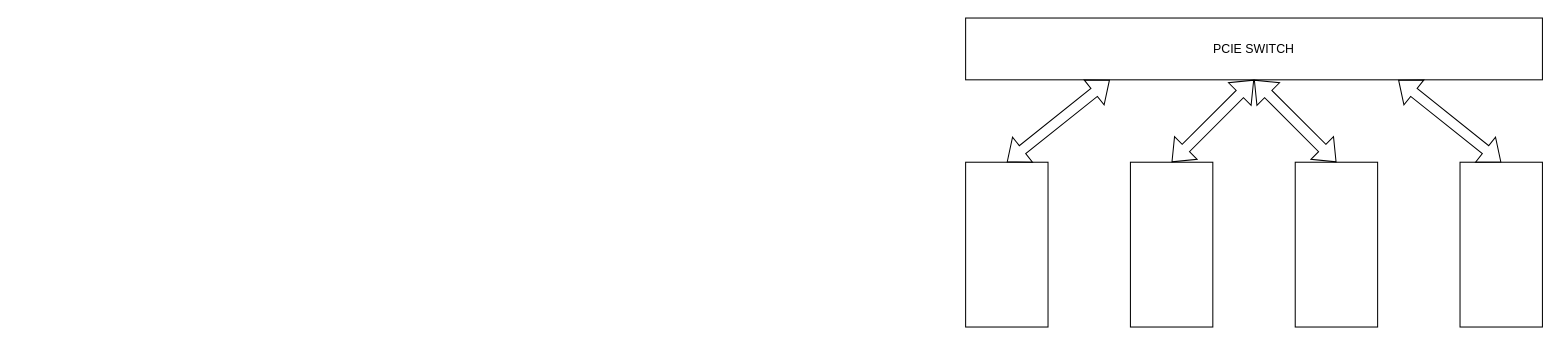
This is TCCL_DISPATCH_ALG/LLM_Distribution_Alg.drawio from BEYHHH/SBLP, a draw.io file, before an edit. Source tidied: cells renumbered, new cells numbered last; positions are measured from the earlier drawing's top-left corner, leaving out a move shared by most shapes. Both pictures are drawn from the tidied source at 103%, with x=0, y=0 at pixel (965, 18).
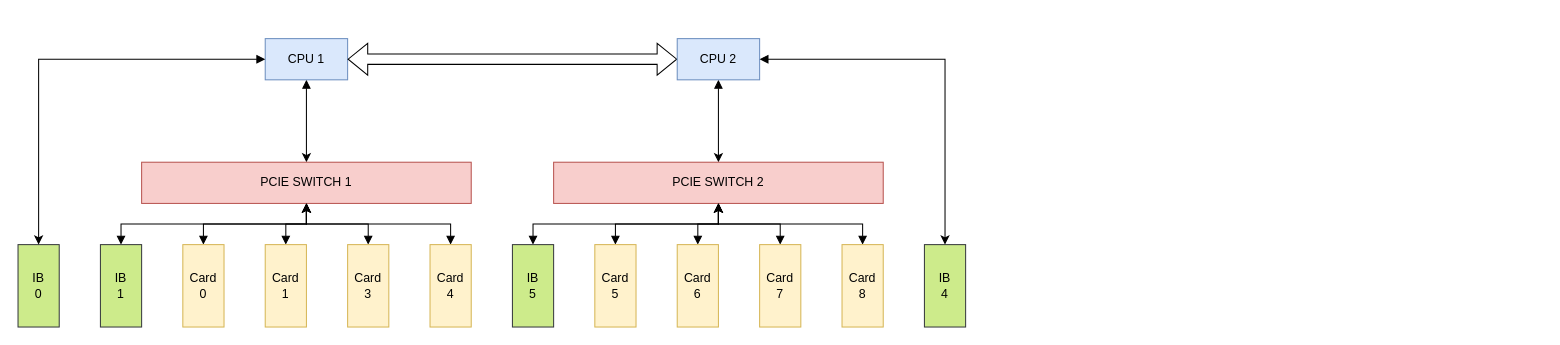
The same diagram, later.

What changed in the source:
```diff
@@
-    <mxCell id="2" style="rounded=0;whiteSpace=wrap;html=1;" parent="1" vertex="1">
-      <mxGeometry y="140" width="80" height="160" as="geometry" />
-    </mxCell>
-    <mxCell id="3" style="rounded=0;whiteSpace=wrap;html=1;" parent="1" vertex="1">
-      <mxGeometry x="160" y="140" width="80" height="160" as="geometry" />
-    </mxCell>
-    <mxCell id="4" style="rounded=0;whiteSpace=wrap;html=1;" parent="1" vertex="1">
-      <mxGeometry x="320" y="140" width="80" height="160" as="geometry" />
-    </mxCell>
-    <mxCell id="5" style="rounded=0;whiteSpace=wrap;html=1;" parent="1" vertex="1">
-      <mxGeometry x="480" y="140" width="80" height="160" as="geometry" />
-    </mxCell>
-    <mxCell id="6" value="PCIE SWITCH" style="rounded=0;whiteSpace=wrap;html=1;" parent="1" vertex="1">
-      <mxGeometry width="560" height="60" as="geometry" />
-    </mxCell>
-    <mxCell id="7" style="shape=flexArrow;endArrow=classic;startArrow=classic;html=1;rounded=0;exitX=0.5;exitY=0;exitDx=0;exitDy=0;entryX=0.25;entryY=1;entryDx=0;entryDy=0;" parent="1" edge="1" source="2" target="6">
-      <mxGeometry relative="1" as="geometry" />
-    </mxCell>
-    <mxCell id="8" style="shape=flexArrow;endArrow=classic;startArrow=classic;html=1;rounded=0;exitX=0.5;exitY=0;exitDx=0;exitDy=0;entryX=0.5;entryY=1;entryDx=0;entryDy=0;" parent="1" edge="1" source="3" target="6">
-      <mxGeometry relative="1" as="geometry" />
-    </mxCell>
-    <mxCell id="9" style="shape=flexArrow;endArrow=classic;startArrow=classic;html=1;rounded=0;exitX=0.5;exitY=0;exitDx=0;exitDy=0;entryX=0.5;entryY=1;entryDx=0;entryDy=0;" parent="1" edge="1" source="4" target="6">
-      <mxGeometry relative="1" as="geometry" />
-    </mxCell>
-    <mxCell id="10" style="shape=flexArrow;endArrow=classic;startArrow=classic;html=1;rounded=0;exitX=0.5;exitY=0;exitDx=0;exitDy=0;entryX=0.75;entryY=1;entryDx=0;entryDy=0;" parent="1" edge="1" source="5" target="6">
-      <mxGeometry relative="1" as="geometry" />
-    </mxCell>
+    <mxCell id="11" style="edgeStyle=orthogonalEdgeStyle;rounded=0;jettySize=auto;html=1;startArrow=block;startFill=1;" parent="1" edge="1" source="12" target="16">
+      <mxGeometry relative="1" as="geometry" />
+    </mxCell>
+    <mxCell id="12" value="CPU 1" style="rounded=0;whiteSpace=wrap;html=1;fillColor=#dae8fc;strokeColor=#6c8ebf;" parent="1" vertex="1">
+      <mxGeometry x="-680" y="20" width="80" height="40" as="geometry" />
+    </mxCell>
+    <mxCell id="13" style="edgeStyle=orthogonalEdgeStyle;rounded=0;jettySize=auto;html=1;shape=flexArrow;endArrow=block;startArrow=block;" parent="1" edge="1" source="15" target="12">
+      <mxGeometry relative="1" as="geometry" />
+    </mxCell>
+    <mxCell id="14" style="edgeStyle=orthogonalEdgeStyle;rounded=0;jettySize=auto;html=1;startArrow=block;startFill=1;" parent="1" edge="1" source="15" target="17">
+      <mxGeometry relative="1" as="geometry" />
+    </mxCell>
+    <mxCell id="15" value="CPU 2" style="rounded=0;whiteSpace=wrap;html=1;fillColor=#dae8fc;strokeColor=#6c8ebf;" parent="1" vertex="1">
+      <mxGeometry x="-280" y="20" width="80" height="40" as="geometry" />
+    </mxCell>
+    <mxCell id="16" value="PCIE SWITCH 1" style="rounded=0;whiteSpace=wrap;html=1;fillColor=#f8cecc;strokeColor=#b85450;" parent="1" vertex="1">
+      <mxGeometry x="-800" y="140" width="320" height="40" as="geometry" />
+    </mxCell>
+    <mxCell id="17" value="PCIE SWITCH 2" style="rounded=0;whiteSpace=wrap;html=1;fillColor=#f8cecc;strokeColor=#b85450;" parent="1" vertex="1">
+      <mxGeometry x="-400" y="140" width="320" height="40" as="geometry" />
+    </mxCell>
+    <mxCell id="18" style="edgeStyle=orthogonalEdgeStyle;rounded=0;jettySize=auto;html=1;startArrow=block;startFill=1;" parent="1" edge="1" source="19" target="16">
+      <mxGeometry relative="1" as="geometry" />
+    </mxCell>
+    <mxCell id="19" value="Card&lt;br&gt;0" style="rounded=0;whiteSpace=wrap;html=1;fillColor=#fff2cc;strokeColor=#d6b656;" parent="1" vertex="1">
+      <mxGeometry x="-760" y="220" width="40" height="80" as="geometry" />
+    </mxCell>
+    <mxCell id="20" style="edgeStyle=orthogonalEdgeStyle;rounded=0;jettySize=auto;html=1;startArrow=block;startFill=1;" parent="1" edge="1" source="21" target="16">
+      <mxGeometry relative="1" as="geometry" />
+    </mxCell>
+    <mxCell id="21" value="Card&lt;br style=&quot;border-color: var(--border-color);&quot;&gt;1" style="rounded=0;whiteSpace=wrap;html=1;fillColor=#fff2cc;strokeColor=#d6b656;" parent="1" vertex="1">
+      <mxGeometry x="-680" y="220" width="40" height="80" as="geometry" />
+    </mxCell>
+    <mxCell id="22" style="edgeStyle=orthogonalEdgeStyle;rounded=0;jettySize=auto;html=1;startArrow=block;startFill=1;" parent="1" edge="1" source="23" target="16">
+      <mxGeometry relative="1" as="geometry" />
+    </mxCell>
+    <mxCell id="23" value="Card&lt;br style=&quot;border-color: var(--border-color);&quot;&gt;3" style="rounded=0;whiteSpace=wrap;html=1;fillColor=#fff2cc;strokeColor=#d6b656;" parent="1" vertex="1">
+      <mxGeometry x="-600" y="220" width="40" height="80" as="geometry" />
+    </mxCell>
+    <mxCell id="24" style="edgeStyle=orthogonalEdgeStyle;rounded=0;jettySize=auto;html=1;startArrow=block;startFill=1;" parent="1" edge="1" source="25" target="16">
+      <mxGeometry relative="1" as="geometry" />
+    </mxCell>
+    <mxCell id="25" value="Card&lt;br style=&quot;border-color: var(--border-color);&quot;&gt;4" style="rounded=0;whiteSpace=wrap;html=1;fillColor=#fff2cc;strokeColor=#d6b656;" parent="1" vertex="1">
+      <mxGeometry x="-520" y="220" width="40" height="80" as="geometry" />
+    </mxCell>
+    <mxCell id="26" style="edgeStyle=orthogonalEdgeStyle;rounded=0;jettySize=auto;html=1;startArrow=block;startFill=1;" parent="1" edge="1" source="27" target="16">
+      <mxGeometry relative="1" as="geometry" />
+    </mxCell>
+    <mxCell id="27" value="IB&lt;br&gt;1" style="rounded=0;whiteSpace=wrap;html=1;fillColor=#cdeb8b;strokeColor=#36393d;" parent="1" vertex="1">
+      <mxGeometry x="-840" y="220" width="40" height="80" as="geometry" />
+    </mxCell>
+    <mxCell id="28" style="edgeStyle=orthogonalEdgeStyle;rounded=0;jettySize=auto;html=1;startArrow=block;startFill=1;" parent="1" edge="1" source="29" target="17">
+      <mxGeometry relative="1" as="geometry" />
+    </mxCell>
+    <mxCell id="29" value="Card&lt;br style=&quot;border-color: var(--border-color);&quot;&gt;5" style="rounded=0;whiteSpace=wrap;html=1;fillColor=#fff2cc;strokeColor=#d6b656;" parent="1" vertex="1">
+      <mxGeometry x="-360" y="220" width="40" height="80" as="geometry" />
+    </mxCell>
+    <mxCell id="30" style="edgeStyle=orthogonalEdgeStyle;rounded=0;jettySize=auto;html=1;startArrow=block;startFill=1;" parent="1" edge="1" source="31" target="17">
+      <mxGeometry relative="1" as="geometry" />
+    </mxCell>
+    <mxCell id="31" value="Card&lt;br style=&quot;border-color: var(--border-color);&quot;&gt;6" style="rounded=0;whiteSpace=wrap;html=1;fillColor=#fff2cc;strokeColor=#d6b656;" parent="1" vertex="1">
+      <mxGeometry x="-280" y="220" width="40" height="80" as="geometry" />
+    </mxCell>
+    <mxCell id="32" style="edgeStyle=orthogonalEdgeStyle;rounded=0;jettySize=auto;html=1;startArrow=block;startFill=1;" parent="1" edge="1" source="33" target="17">
+      <mxGeometry relative="1" as="geometry" />
+    </mxCell>
+    <mxCell id="33" value="Card&lt;br style=&quot;border-color: var(--border-color);&quot;&gt;7" style="rounded=0;whiteSpace=wrap;html=1;fillColor=#fff2cc;strokeColor=#d6b656;" parent="1" vertex="1">
+      <mxGeometry x="-200" y="220" width="40" height="80" as="geometry" />
+    </mxCell>
+    <mxCell id="34" style="edgeStyle=orthogonalEdgeStyle;rounded=0;jettySize=auto;html=1;startArrow=block;startFill=1;" parent="1" edge="1" source="35" target="17">
+      <mxGeometry relative="1" as="geometry" />
+    </mxCell>
+    <mxCell id="35" value="Card&lt;br style=&quot;border-color: var(--border-color);&quot;&gt;8" style="rounded=0;whiteSpace=wrap;html=1;fillColor=#fff2cc;strokeColor=#d6b656;" parent="1" vertex="1">
+      <mxGeometry x="-120" y="220" width="40" height="80" as="geometry" />
+    </mxCell>
+    <mxCell id="36" style="edgeStyle=orthogonalEdgeStyle;rounded=0;jettySize=auto;html=1;startArrow=block;startFill=1;" parent="1" edge="1" source="37" target="17">
+      <mxGeometry relative="1" as="geometry" />
+    </mxCell>
+    <mxCell id="37" value="IB&lt;br&gt;5" style="rounded=0;whiteSpace=wrap;html=1;fillColor=#cdeb8b;strokeColor=#36393d;" parent="1" vertex="1">
+      <mxGeometry x="-440" y="220" width="40" height="80" as="geometry" />
+    </mxCell>
+    <mxCell id="38" value="IB&lt;br&gt;0" style="rounded=0;whiteSpace=wrap;html=1;fillColor=#cdeb8b;strokeColor=#36393d;" parent="1" vertex="1">
+      <mxGeometry x="-920" y="220" width="40" height="80" as="geometry" />
+    </mxCell>
+    <mxCell id="39" style="edgeStyle=orthogonalEdgeStyle;rounded=0;jettySize=auto;html=1;exitX=0;exitY=0.5;exitDx=0;exitDy=0;entryX=0.5;entryY=0;entryDx=0;entryDy=0;startArrow=block;startFill=1;" parent="1" edge="1" source="12" target="38">
+      <mxGeometry relative="1" as="geometry" />
+    </mxCell>
+    <mxCell id="40" value="IB&lt;br&gt;4" style="rounded=0;whiteSpace=wrap;html=1;fillColor=#cdeb8b;strokeColor=#36393d;" parent="1" vertex="1">
+      <mxGeometry x="-40" y="220" width="40" height="80" as="geometry" />
+    </mxCell>
+    <mxCell id="41" style="edgeStyle=orthogonalEdgeStyle;rounded=0;jettySize=auto;html=1;exitX=1;exitY=0.5;exitDx=0;exitDy=0;entryX=0.5;entryY=0;entryDx=0;entryDy=0;startArrow=block;startFill=1;" parent="1" edge="1" source="15" target="40">
+      <mxGeometry relative="1" as="geometry" />
+    </mxCell>
```
